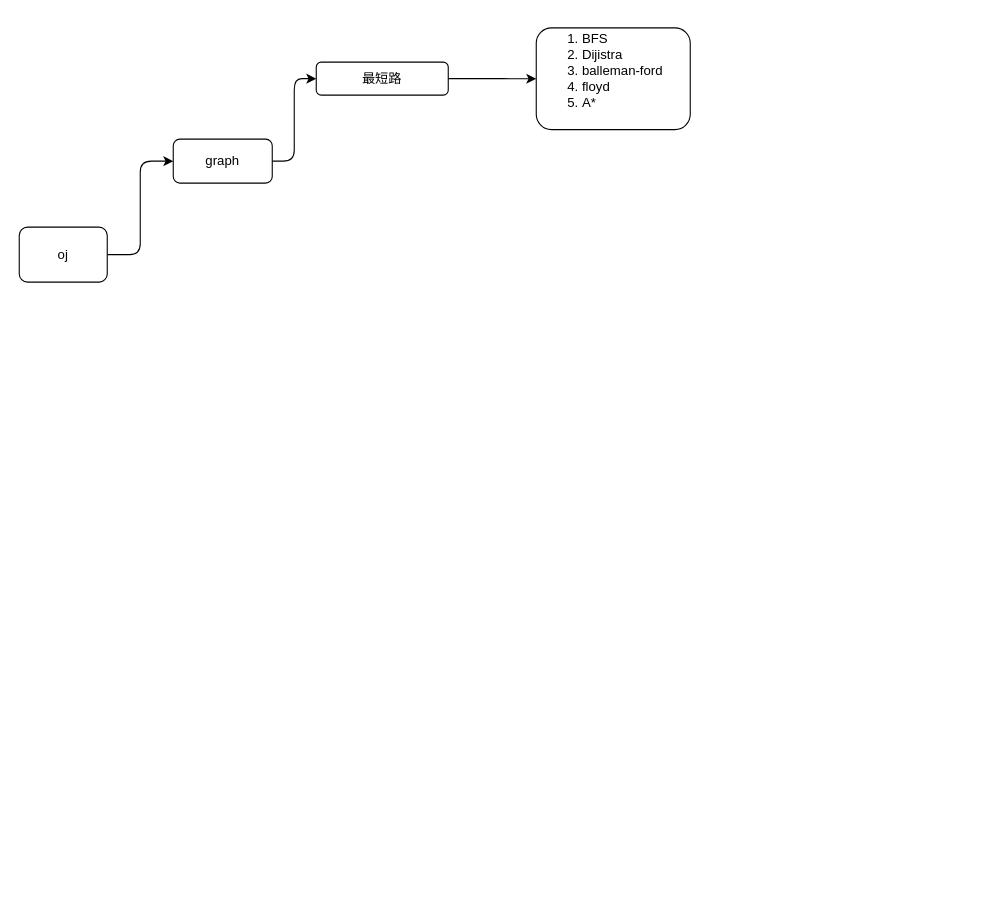
Before: diagrams/leetcode.drawio in wxquare/wxquare.github.io, a draw.io diagram. Source tidied: cells renumbered, new cells numbered last; positions are measured from the earlier drawing's top-left corner, leaving out a move shared by most shapes. Both pictures are drawn from the tidied source at 110%, with x=0, y=0 at pixel (19, 28).
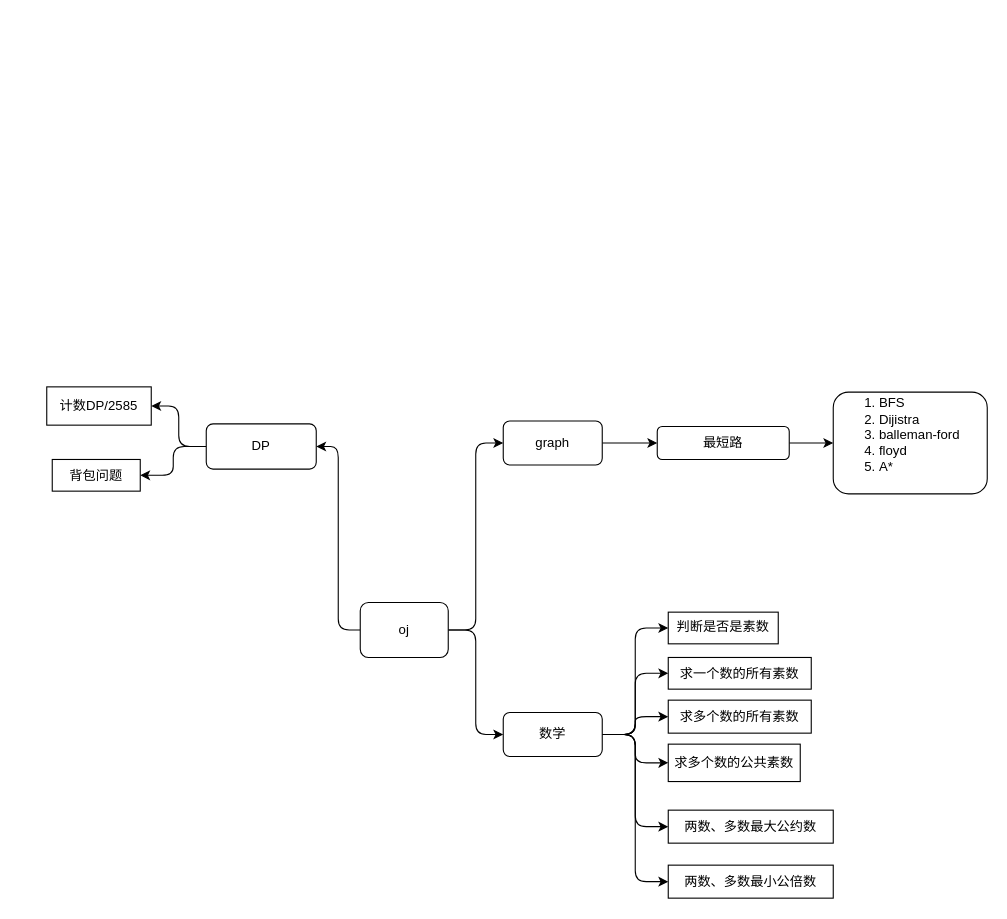
The same page after the edit.

What changed in the source:
```diff
@@
+    <mxCell id="9" style="edgeStyle=orthogonalEdgeStyle;rounded=1;jettySize=auto;html=1;exitX=1;exitY=0.5;exitDx=0;exitDy=0;entryX=0;entryY=0.5;entryDx=0;entryDy=0;" parent="1" edge="1" source="3" target="17">
+      <mxGeometry relative="1" as="geometry" />
+    </mxCell>
+    <mxCell id="10" style="edgeStyle=orthogonalEdgeStyle;rounded=1;jettySize=auto;html=1;exitX=0;exitY=0.5;exitDx=0;exitDy=0;entryX=1;entryY=0.5;entryDx=0;entryDy=0;" parent="1" edge="1" source="3" target="26">
+      <mxGeometry relative="1" as="geometry" />
+    </mxCell>
     <mxCell id="3" value="oj" style="rounded=1;whiteSpace=wrap;html=1;" parent="1" vertex="1">
-      <mxGeometry y="181" width="80" height="50" as="geometry" />
+      <mxGeometry x="310" y="522.2" width="80" height="50" as="geometry" />
     </mxCell>
@@
     <mxCell id="5" value="graph" style="rounded=1;whiteSpace=wrap;html=1;" parent="1" vertex="1">
-      <mxGeometry x="140" y="101" width="90" height="40" as="geometry" />
+      <mxGeometry x="440" y="357.2" width="90" height="40" as="geometry" />
     </mxCell>
@@
     <mxCell id="7" value="最短路" style="rounded=1;whiteSpace=wrap;html=1;" parent="1" vertex="1">
-      <mxGeometry x="270" y="31" width="120" height="30" as="geometry" />
+      <mxGeometry x="580" y="362.2" width="120" height="30" as="geometry" />
     </mxCell>
     <mxCell id="8" value="&lt;ol&gt;&lt;li&gt;BFS&lt;/li&gt;&lt;li&gt;Dijistra&lt;/li&gt;&lt;li&gt;balleman-ford&lt;/li&gt;&lt;li&gt;floyd&lt;/li&gt;&lt;li&gt;A*&lt;/li&gt;&lt;/ol&gt;&lt;div&gt;&lt;br&gt;&lt;/div&gt;" style="rounded=1;whiteSpace=wrap;html=1;align=left;" parent="1" vertex="1">
-      <mxGeometry x="470" y="-0.2" width="140" height="92.5" as="geometry" />
+      <mxGeometry x="740" y="331" width="140" height="92.5" as="geometry" />
     </mxCell>
+    <mxCell id="11" style="edgeStyle=orthogonalEdgeStyle;rounded=1;jettySize=auto;html=1;exitX=1;exitY=0.5;exitDx=0;exitDy=0;entryX=0;entryY=0.5;entryDx=0;entryDy=0;" parent="1" edge="1" source="17" target="18">
+      <mxGeometry relative="1" as="geometry" />
+    </mxCell>
+    <mxCell id="12" style="edgeStyle=orthogonalEdgeStyle;rounded=1;jettySize=auto;html=1;exitX=1;exitY=0.5;exitDx=0;exitDy=0;entryX=0;entryY=0.5;entryDx=0;entryDy=0;" parent="1" edge="1" source="17" target="19">
+      <mxGeometry relative="1" as="geometry" />
+    </mxCell>
+    <mxCell id="13" style="edgeStyle=orthogonalEdgeStyle;rounded=1;jettySize=auto;html=1;exitX=1;exitY=0.5;exitDx=0;exitDy=0;entryX=0;entryY=0.5;entryDx=0;entryDy=0;" parent="1" edge="1" source="17" target="20">
+      <mxGeometry relative="1" as="geometry" />
+    </mxCell>
+    <mxCell id="14" style="edgeStyle=orthogonalEdgeStyle;rounded=1;jettySize=auto;html=1;entryX=0;entryY=0.5;entryDx=0;entryDy=0;" parent="1" edge="1" source="17" target="21">
+      <mxGeometry relative="1" as="geometry" />
+    </mxCell>
+    <mxCell id="15" style="edgeStyle=orthogonalEdgeStyle;rounded=1;jettySize=auto;html=1;exitX=1;exitY=0.5;exitDx=0;exitDy=0;entryX=0;entryY=0.5;entryDx=0;entryDy=0;" parent="1" edge="1" source="17" target="22">
+      <mxGeometry relative="1" as="geometry" />
+    </mxCell>
+    <mxCell id="16" style="edgeStyle=orthogonalEdgeStyle;rounded=1;jettySize=auto;html=1;exitX=1;exitY=0.5;exitDx=0;exitDy=0;entryX=0;entryY=0.5;entryDx=0;entryDy=0;" parent="1" edge="1" source="17" target="23">
+      <mxGeometry relative="1" as="geometry" />
+    </mxCell>
+    <mxCell id="17" value="数学" style="rounded=1;whiteSpace=wrap;html=1;" parent="1" vertex="1">
+      <mxGeometry x="440" y="622.2" width="90" height="40" as="geometry" />
+    </mxCell>
+    <mxCell id="18" value="判断是否是素数" style="rounded=0;whiteSpace=wrap;html=1;" parent="1" vertex="1">
+      <mxGeometry x="590" y="531" width="100" height="28.8" as="geometry" />
+    </mxCell>
+    <mxCell id="19" value="两数、多数最大公约数" style="rounded=0;whiteSpace=wrap;html=1;" parent="1" vertex="1">
+      <mxGeometry x="590" y="711" width="150" height="30" as="geometry" />
+    </mxCell>
+    <mxCell id="20" value="两数、多数最小公倍数" style="rounded=0;whiteSpace=wrap;html=1;" parent="1" vertex="1">
+      <mxGeometry x="590" y="761" width="150" height="30" as="geometry" />
+    </mxCell>
+    <mxCell id="21" value="求一个数的所有素数" style="rounded=0;whiteSpace=wrap;html=1;" parent="1" vertex="1">
+      <mxGeometry x="590" y="572.2" width="130" height="28.8" as="geometry" />
+    </mxCell>
+    <mxCell id="22" value="求多个数的所有素数" style="rounded=0;whiteSpace=wrap;html=1;" parent="1" vertex="1">
+      <mxGeometry x="590" y="611" width="130" height="30" as="geometry" />
+    </mxCell>
+    <mxCell id="23" value="求多个数的公共素数" style="rounded=0;whiteSpace=wrap;html=1;" parent="1" vertex="1">
+      <mxGeometry x="590" y="651" width="120" height="34" as="geometry" />
+    </mxCell>
+    <mxCell id="24" style="edgeStyle=orthogonalEdgeStyle;rounded=1;jettySize=auto;html=1;exitX=0;exitY=0.5;exitDx=0;exitDy=0;entryX=1;entryY=0.5;entryDx=0;entryDy=0;" parent="1" edge="1" source="26" target="27">
+      <mxGeometry relative="1" as="geometry" />
+    </mxCell>
+    <mxCell id="25" style="edgeStyle=orthogonalEdgeStyle;rounded=1;jettySize=auto;html=1;exitX=0;exitY=0.5;exitDx=0;exitDy=0;entryX=1;entryY=0.5;entryDx=0;entryDy=0;" parent="1" edge="1" source="26" target="28">
+      <mxGeometry relative="1" as="geometry" />
+    </mxCell>
+    <mxCell id="26" value="DP" style="rounded=1;whiteSpace=wrap;html=1;" parent="1" vertex="1">
+      <mxGeometry x="170" y="359.8" width="100" height="41.2" as="geometry" />
+    </mxCell>
+    <mxCell id="27" value="计数DP/2585" style="rounded=0;whiteSpace=wrap;html=1;" parent="1" vertex="1">
+      <mxGeometry x="25" y="326.2" width="95" height="34.8" as="geometry" />
+    </mxCell>
+    <mxCell id="28" value="背包问题" style="rounded=0;whiteSpace=wrap;html=1;" parent="1" vertex="1">
+      <mxGeometry x="30" y="392.2" width="80" height="28.8" as="geometry" />
+    </mxCell>
```
